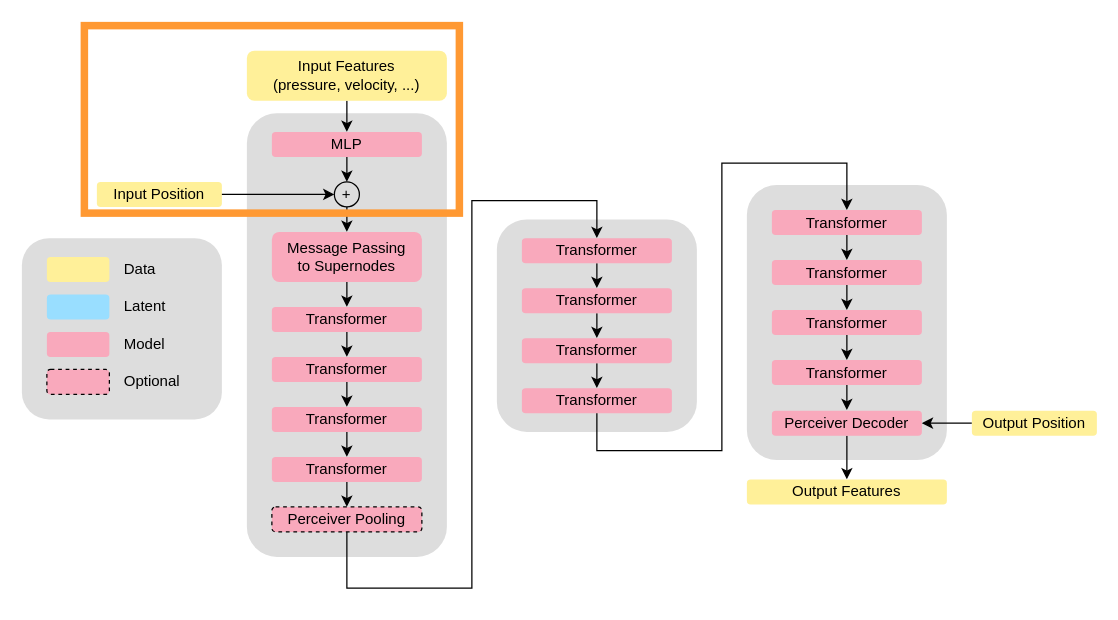
Earlier version of the draw.io diagram page "upt-dense-autoencoder" (2 of 6) of schematics/schematics.drawio (BenediktAlkin/upt-minimal). Source tidied: cells renumbered, new cells numbered last; positions are measured from the earlier drawing's top-left corner, leaving out a move shared by most shapes. Both pictures are drawn from the tidied source at 125%, with x=0, y=0 at pixel (21, 25).
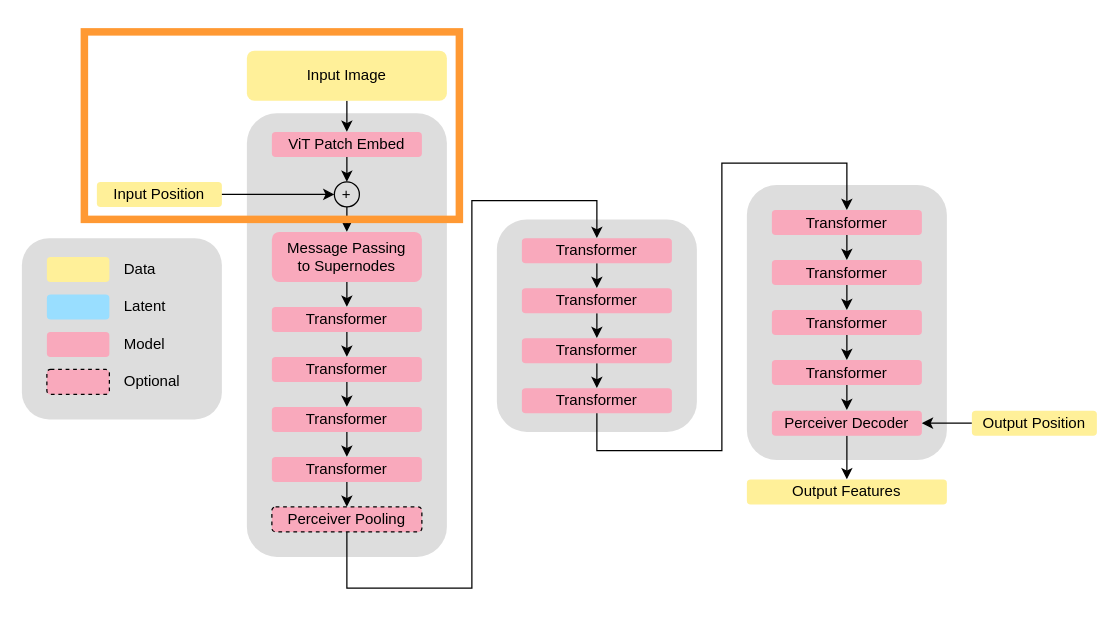
Above is the later version.

What changed in the source:
```diff
@@
-    <mxCell id="41" value="Input Features&lt;br&gt;(pressure, velocity, ...)" style="rounded=1;whiteSpace=wrap;html=1;fillColor=#FFF099;strokeColor=none;" parent="1" vertex="1">
+    <mxCell id="41" value="Input Image" style="rounded=1;whiteSpace=wrap;html=1;fillColor=#FFF099;strokeColor=none;" parent="1" vertex="1">
       <mxGeometry x="180" y="20" width="160" height="40" as="geometry" />
     </mxCell>
@@
-    <mxCell id="44" value="MLP" style="rounded=1;whiteSpace=wrap;html=1;fillColor=#F9A9BC;strokeColor=none;" parent="1" vertex="1">
+    <mxCell id="44" value="ViT Patch Embed" style="rounded=1;whiteSpace=wrap;html=1;fillColor=#F9A9BC;strokeColor=none;" parent="1" vertex="1">
       <mxGeometry x="200" y="85" width="120" height="20" as="geometry" />
     </mxCell>
@@
     <mxCell id="50" style="rounded=0;whiteSpace=wrap;html=1;fillColor=none;strokeColor=#FF9933;strokeWidth=6;" parent="1" vertex="1">
-      <mxGeometry x="50" width="300" height="150" as="geometry" />
+      <mxGeometry x="50" y="5" width="300" height="150" as="geometry" />
     </mxCell>
```
